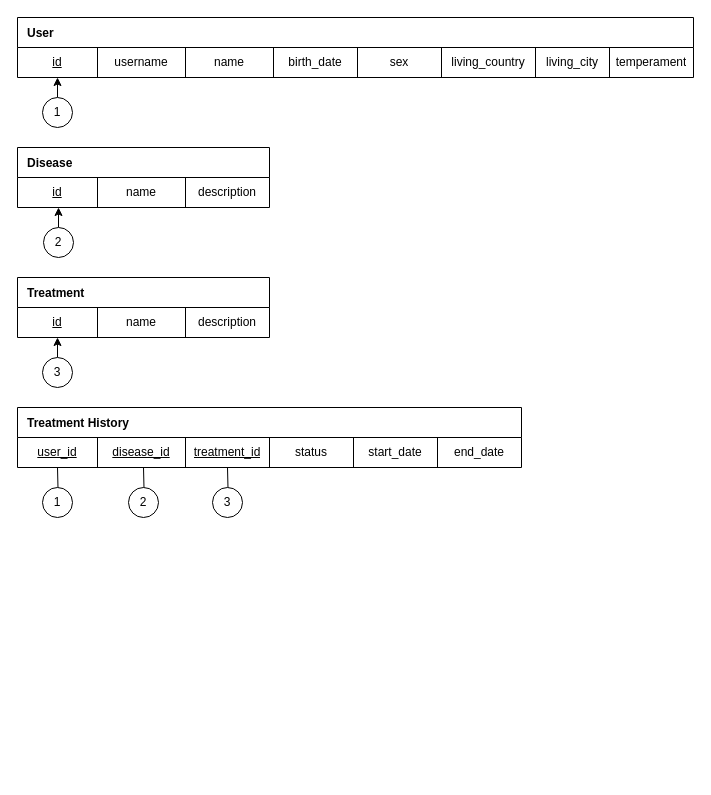
Earlier version of the draw.io diagram diagrams/relational-mapping.drawio (machitgarha/darmana). Source tidied: cells renumbered, new cells numbered last; positions are measured from the earlier drawing's top-left corner, leaving out a move shared by most shapes. Both pictures are drawn from the tidied source at 100%, with x=0, y=0 at pixel (17, 17).
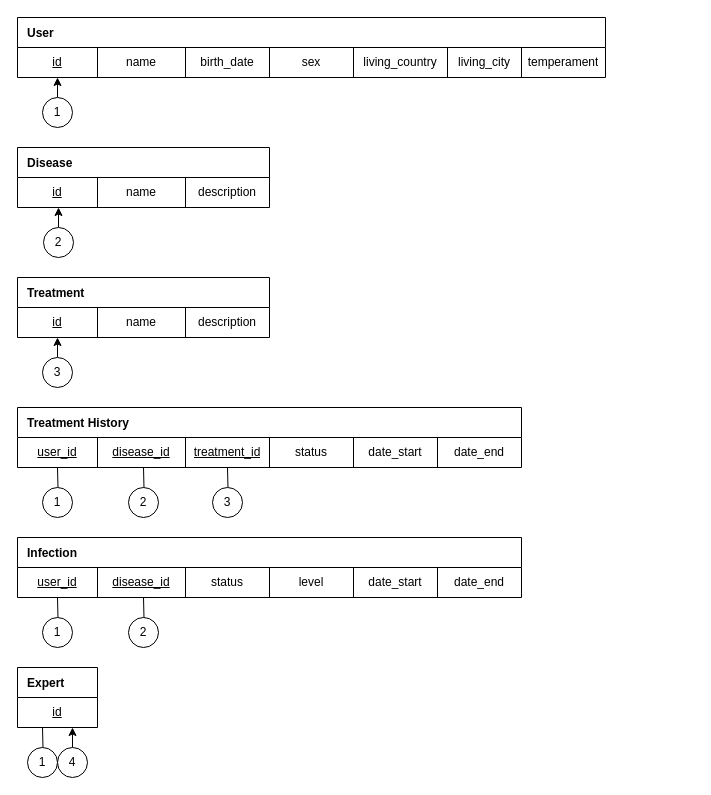
The same page after the edit.

Commit message:
RM: Add Infection and Expert entities

Unchanged cells that the change refers to:
```xml
<mxCell id="29" style="shape=partialRectangle;html=1;whiteSpace=wrap;fillColor=none;top=0;left=0;bottom=0;right=0;rounded=0;" parent="28" vertex="1">
  <mxGeometry y="30" width="504" height="30" as="geometry" />
</mxCell>
```

Change to the diagram source:
```diff
@@
     <mxCell id="2" value="User" style="shape=table;startSize=30;childLayout=tableLayout;fontStyle=1;align=left;rounded=0;spacing=10;direction=east;flipH=0;flipV=0;strokeColor=default;" parent="1" vertex="1">
-      <mxGeometry width="676" height="60" as="geometry" />
+      <mxGeometry width="588" height="60" as="geometry" />
     </mxCell>
     <mxCell id="3" style="shape=partialRectangle;html=1;whiteSpace=wrap;fillColor=none;top=0;left=0;bottom=0;right=0;rounded=0;" parent="2" vertex="1">
-      <mxGeometry y="30" width="676" height="30" as="geometry" />
+      <mxGeometry y="30" width="588" height="30" as="geometry" />
     </mxCell>
@@
-    <mxCell id="5" value="username" style="shape=partialRectangle;html=1;whiteSpace=wrap;fillColor=none;top=0;left=0;bottom=0;right=0;overflow=hidden;rounded=0;" parent="3" vertex="1">
-      <mxGeometry x="80" width="88" height="30" as="geometry" />
-    </mxCell>
     <mxCell id="6" value="name" style="shape=partialRectangle;html=1;whiteSpace=wrap;fillColor=none;top=0;left=0;bottom=0;right=0;overflow=hidden;rounded=0;" parent="3" vertex="1">
-      <mxGeometry x="168" width="88" height="30" as="geometry" />
+      <mxGeometry x="80" width="88" height="30" as="geometry" />
     </mxCell>
     <mxCell id="7" value="birth_date" style="shape=partialRectangle;html=1;whiteSpace=wrap;fillColor=none;top=0;left=0;bottom=0;right=0;overflow=hidden;rounded=0;" parent="3" vertex="1">
-      <mxGeometry x="256" width="84" height="30" as="geometry" />
+      <mxGeometry x="168" width="84" height="30" as="geometry" />
     </mxCell>
     <mxCell id="8" value="sex" style="shape=partialRectangle;html=1;whiteSpace=wrap;fillColor=none;top=0;left=0;bottom=0;right=0;overflow=hidden;rounded=0;" parent="3" vertex="1">
-      <mxGeometry x="340" width="84" height="30" as="geometry" />
+      <mxGeometry x="252" width="84" height="30" as="geometry" />
     </mxCell>
     <mxCell id="9" value="living_country" style="shape=partialRectangle;html=1;whiteSpace=wrap;fillColor=none;top=0;left=0;bottom=0;right=0;overflow=hidden;rounded=0;" parent="3" vertex="1">
-      <mxGeometry x="424" width="94" height="30" as="geometry" />
+      <mxGeometry x="336" width="94" height="30" as="geometry" />
     </mxCell>
     <mxCell id="10" value="living_city" style="shape=partialRectangle;html=1;whiteSpace=wrap;fillColor=none;top=0;left=0;bottom=0;right=0;overflow=hidden;rounded=0;" parent="3" vertex="1">
-      <mxGeometry x="518" width="74" height="30" as="geometry" />
+      <mxGeometry x="430" width="74" height="30" as="geometry" />
     </mxCell>
     <mxCell id="11" value="temperament" style="shape=partialRectangle;html=1;whiteSpace=wrap;fillColor=none;top=0;left=0;bottom=0;right=0;overflow=hidden;rounded=0;" parent="3" vertex="1">
-      <mxGeometry x="592" width="84" height="30" as="geometry" />
+      <mxGeometry x="504" width="84" height="30" as="geometry" />
     </mxCell>
@@
-    <mxCell id="34" value="start_date" style="shape=partialRectangle;html=1;whiteSpace=wrap;fillColor=none;top=0;left=0;bottom=0;right=0;overflow=hidden;rounded=0;" parent="29" vertex="1">
+    <mxCell id="34" value="date_start" style="shape=partialRectangle;html=1;whiteSpace=wrap;fillColor=none;top=0;left=0;bottom=0;right=0;overflow=hidden;rounded=0;" parent="29" vertex="1">
       <mxGeometry x="336" width="84" height="30" as="geometry" />
     </mxCell>
-    <mxCell id="35" value="end_date" style="shape=partialRectangle;html=1;whiteSpace=wrap;fillColor=none;top=0;left=0;bottom=0;right=0;overflow=hidden;rounded=0;" parent="29" vertex="1">
+    <mxCell id="35" value="date_end" style="shape=partialRectangle;html=1;whiteSpace=wrap;fillColor=none;top=0;left=0;bottom=0;right=0;overflow=hidden;rounded=0;" parent="29" vertex="1">
       <mxGeometry x="420" width="84" height="30" as="geometry" />
     </mxCell>
@@
+    <mxCell id="42" value="Infection" style="shape=table;startSize=30;childLayout=tableLayout;fontStyle=1;align=left;rounded=0;spacing=10;direction=east;flipH=0;flipV=0;strokeColor=default;" parent="1" vertex="1">
+      <mxGeometry y="520" width="504" height="60" as="geometry" />
+    </mxCell>
+    <mxCell id="43" style="shape=partialRectangle;html=1;whiteSpace=wrap;fillColor=none;top=0;left=0;bottom=0;right=0;rounded=0;" parent="42" vertex="1">
+      <mxGeometry y="30" width="504" height="30" as="geometry" />
+    </mxCell>
+    <mxCell id="44" value="&lt;u&gt;&lt;font style=&quot;font-size: 12px&quot;&gt;user_id&lt;/font&gt;&lt;/u&gt;" style="shape=partialRectangle;html=1;whiteSpace=wrap;fillColor=none;top=0;left=0;bottom=0;right=0;overflow=hidden;rounded=0;strokeColor=default;strokeWidth=1;" parent="43" vertex="1">
+      <mxGeometry width="80" height="30" as="geometry" />
+    </mxCell>
+    <mxCell id="45" value="&lt;u&gt;disease_id&lt;/u&gt;" style="shape=partialRectangle;html=1;whiteSpace=wrap;fillColor=none;top=0;left=0;bottom=0;right=0;overflow=hidden;rounded=0;" parent="43" vertex="1">
+      <mxGeometry x="80" width="88" height="30" as="geometry" />
+    </mxCell>
+    <mxCell id="46" value="status" style="shape=partialRectangle;html=1;whiteSpace=wrap;fillColor=none;top=0;left=0;bottom=0;right=0;overflow=hidden;rounded=0;" parent="43" vertex="1">
+      <mxGeometry x="168" width="84" height="30" as="geometry" />
+    </mxCell>
+    <mxCell id="47" value="level" style="shape=partialRectangle;html=1;whiteSpace=wrap;fillColor=none;top=0;left=0;bottom=0;right=0;overflow=hidden;rounded=0;" parent="43" vertex="1">
+      <mxGeometry x="252" width="84" height="30" as="geometry" />
+    </mxCell>
+    <mxCell id="48" value="date_start" style="shape=partialRectangle;html=1;whiteSpace=wrap;fillColor=none;top=0;left=0;bottom=0;right=0;overflow=hidden;rounded=0;" parent="43" vertex="1">
+      <mxGeometry x="336" width="84" height="30" as="geometry" />
+    </mxCell>
+    <mxCell id="49" value="date_end" style="shape=partialRectangle;html=1;whiteSpace=wrap;fillColor=none;top=0;left=0;bottom=0;right=0;overflow=hidden;rounded=0;" parent="43" vertex="1">
+      <mxGeometry x="420" width="84" height="30" as="geometry" />
+    </mxCell>
+    <mxCell id="50" style="edgeStyle=orthogonalEdgeStyle;rounded=0;jettySize=auto;html=1;fontFamily=Helvetica;fontSize=12;" parent="1" edge="1" target="51">
+      <mxGeometry relative="1" as="geometry">
+        <mxPoint x="40" y="580" as="sourcePoint" />
+      </mxGeometry>
+    </mxCell>
+    <mxCell id="51" value="1" style="ellipse;whiteSpace=wrap;html=1;rounded=0;shadow=0;fontFamily=Helvetica;fontSize=12;strokeColor=default;strokeWidth=1;" parent="1" vertex="1">
+      <mxGeometry x="25" y="600" width="30" height="30" as="geometry" />
+    </mxCell>
+    <mxCell id="52" style="edgeStyle=orthogonalEdgeStyle;rounded=0;jettySize=auto;html=1;fontFamily=Helvetica;fontSize=12;" parent="1" edge="1" target="53">
+      <mxGeometry relative="1" as="geometry">
+        <mxPoint x="126" y="580" as="sourcePoint" />
+      </mxGeometry>
+    </mxCell>
+    <mxCell id="53" value="2" style="ellipse;whiteSpace=wrap;html=1;rounded=0;shadow=0;fontFamily=Helvetica;fontSize=12;strokeColor=default;strokeWidth=1;" parent="1" vertex="1">
+      <mxGeometry x="111" y="600" width="30" height="30" as="geometry" />
+    </mxCell>
+    <mxCell id="54" value="Expert" style="shape=table;startSize=30;childLayout=tableLayout;fontStyle=1;align=left;rounded=0;spacing=10;direction=east;flipH=0;flipV=0;strokeColor=default;" parent="1" vertex="1">
+      <mxGeometry y="650" width="80" height="60" as="geometry" />
+    </mxCell>
+    <mxCell id="55" style="shape=partialRectangle;html=1;whiteSpace=wrap;fillColor=none;top=0;left=0;bottom=0;right=0;rounded=0;" parent="54" vertex="1">
+      <mxGeometry y="30" width="80" height="30" as="geometry" />
+    </mxCell>
+    <mxCell id="56" value="&lt;u&gt;&lt;font style=&quot;font-size: 12px&quot;&gt;id&lt;/font&gt;&lt;/u&gt;" style="shape=partialRectangle;html=1;whiteSpace=wrap;fillColor=none;top=0;left=0;bottom=0;right=0;overflow=hidden;rounded=0;strokeColor=default;strokeWidth=1;" parent="55" vertex="1">
+      <mxGeometry width="80" height="30" as="geometry" />
+    </mxCell>
+    <mxCell id="57" style="edgeStyle=orthogonalEdgeStyle;rounded=0;jettySize=auto;html=1;fontFamily=Helvetica;fontSize=12;" parent="1" edge="1" target="58">
+      <mxGeometry relative="1" as="geometry">
+        <mxPoint x="25" y="710" as="sourcePoint" />
+      </mxGeometry>
+    </mxCell>
+    <mxCell id="58" value="1" style="ellipse;whiteSpace=wrap;html=1;rounded=0;shadow=0;fontFamily=Helvetica;fontSize=12;strokeColor=default;strokeWidth=1;" parent="1" vertex="1">
+      <mxGeometry x="10" y="730" width="30" height="30" as="geometry" />
+    </mxCell>
+    <mxCell id="59" style="edgeStyle=orthogonalEdgeStyle;rounded=0;jettySize=auto;html=1;fontFamily=Helvetica;fontSize=12;" parent="1" edge="1" source="60">
+      <mxGeometry relative="1" as="geometry">
+        <mxPoint x="55" y="710" as="targetPoint" />
+      </mxGeometry>
+    </mxCell>
+    <mxCell id="60" value="4" style="ellipse;whiteSpace=wrap;html=1;rounded=0;shadow=0;fontFamily=Helvetica;fontSize=12;strokeColor=default;strokeWidth=1;" parent="1" vertex="1">
+      <mxGeometry x="40" y="730" width="30" height="30" as="geometry" />
+    </mxCell>
```
